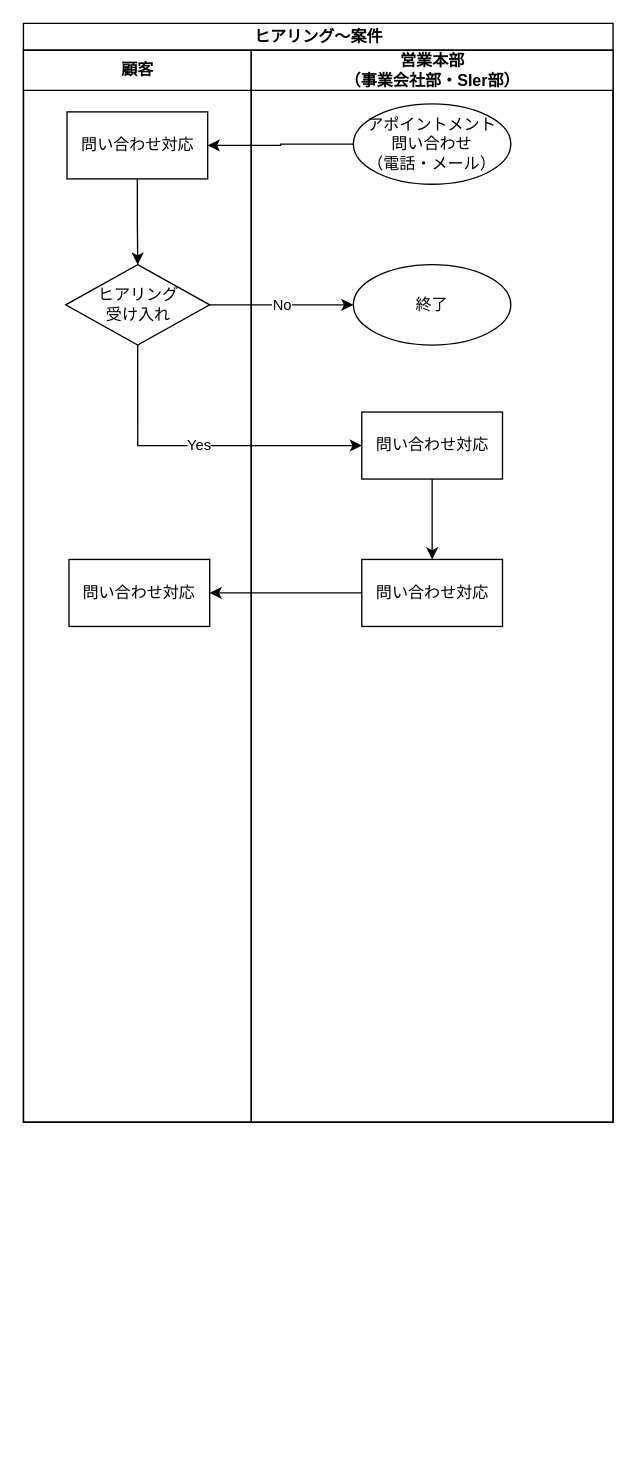
Above: page "ヒアリング～案件" (2 of 3) of 20230622To-Be業務フロー図.drawio in TaikiHorita/TaikiRepository (draw.io), before the change. Source tidied: cells renumbered, new cells numbered last; positions are measured from the earlier drawing's top-left corner, leaving out a move shared by most shapes. Both pictures are drawn from the tidied source at 134%, with x=0, y=0 at pixel (23, 23).
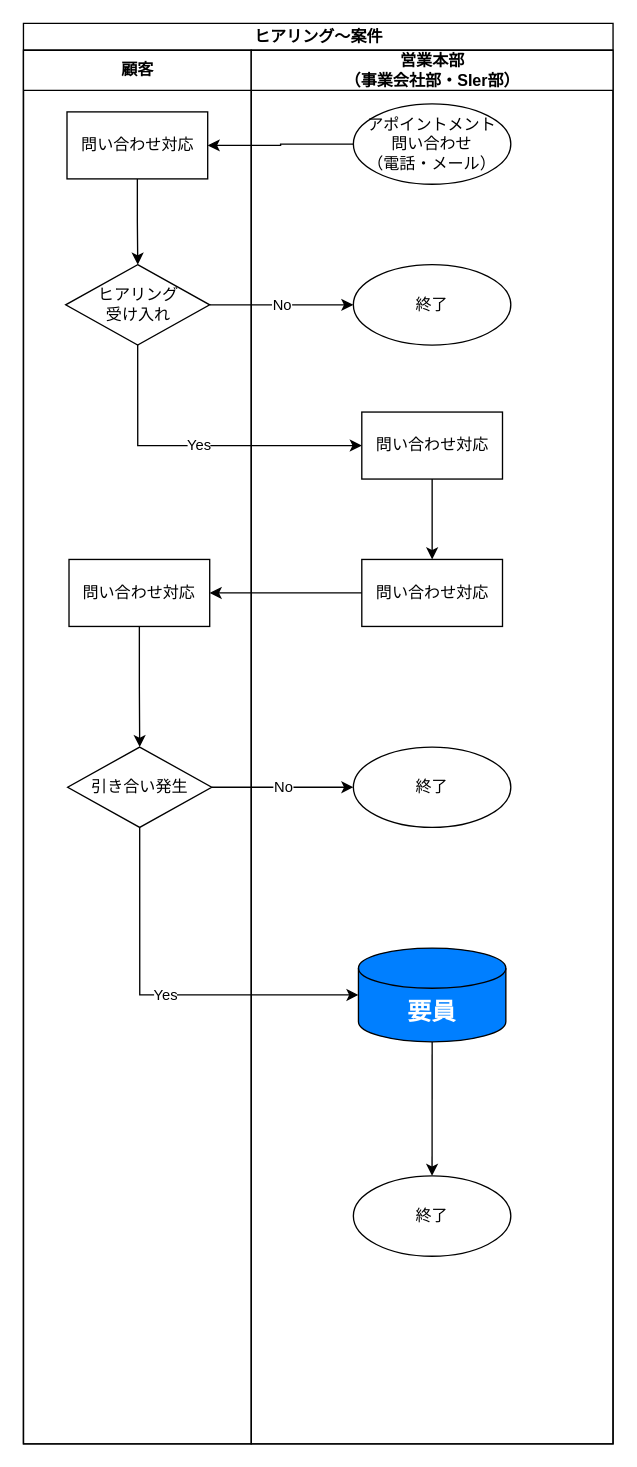
The same page after the edit.

Unchanged cells that the change refers to:
```xml
<mxCell id="7" value="問い合わせ対応" style="rounded=0;whiteSpace=wrap;html=1;" parent="3" vertex="1">
  <mxGeometry x="34" y="380" width="105" height="50" as="geometry" />
</mxCell>
```

Change to the diagram source:
```diff
@@
     <mxCell id="2" value="ヒアリング～案件" style="swimlane;startSize=20;html=1;" parent="1" vertex="1">
-      <mxGeometry width="440" height="820" as="geometry" />
+      <mxGeometry width="440" height="1060" as="geometry" />
     </mxCell>
     <mxCell id="3" value="顧客" style="swimlane;startSize=30;html=1;" parent="2" vertex="1">
-      <mxGeometry y="20" width="170" height="800" as="geometry" />
+      <mxGeometry y="20" width="170" height="1040" as="geometry" />
     </mxCell>
@@
+    <mxCell id="18" style="edgeStyle=orthogonalEdgeStyle;rounded=0;jettySize=auto;html=1;exitX=0.5;exitY=1;exitDx=0;exitDy=0;entryX=0.5;entryY=0;entryDx=0;entryDy=0;" parent="3" edge="1" source="7" target="19">
+      <mxGeometry relative="1" as="geometry" />
+    </mxCell>
@@
+    <mxCell id="19" value="引き合い発生" style="rhombus;whiteSpace=wrap;html=1;" parent="3" vertex="1">
+      <mxGeometry x="33" y="520" width="107.5" height="60" as="geometry" />
+    </mxCell>
     <mxCell id="8" value="営業本部&lt;br&gt;（事業会社部・SIer部）" style="swimlane;startSize=30;html=1;" parent="2" vertex="1">
-      <mxGeometry x="170" y="20" width="270" height="800" as="geometry" />
+      <mxGeometry x="170" y="20" width="270" height="1040" as="geometry" />
     </mxCell>
@@
+    <mxCell id="20" value="終了" style="ellipse;whiteSpace=wrap;html=1;" parent="8" vertex="1">
+      <mxGeometry x="76.2" y="520" width="117.5" height="60" as="geometry" />
+    </mxCell>
+    <mxCell id="21" style="edgeStyle=orthogonalEdgeStyle;rounded=0;jettySize=auto;html=1;exitX=0.5;exitY=1;exitDx=0;exitDy=0;exitPerimeter=0;entryX=0.5;entryY=0;entryDx=0;entryDy=0;" parent="8" edge="1" source="23" target="22">
+      <mxGeometry relative="1" as="geometry" />
+    </mxCell>
+    <mxCell id="22" value="終了" style="ellipse;whiteSpace=wrap;html=1;" parent="8" vertex="1">
+      <mxGeometry x="76.2" y="840" width="117.5" height="60" as="geometry" />
+    </mxCell>
+    <mxCell id="23" value="&lt;font style=&quot;font-size: 18px;&quot; color=&quot;#ffffff&quot;&gt;&lt;b&gt;要員&lt;/b&gt;&lt;/font&gt;" style="shape=cylinder3;whiteSpace=wrap;html=1;boundedLbl=1;backgroundOutline=1;size=15;fillColor=#007FFF;" parent="8" vertex="1">
+      <mxGeometry x="80" y="670" width="110" height="70" as="geometry" />
+    </mxCell>
@@
+    <mxCell id="24" value="No" style="edgeStyle=orthogonalEdgeStyle;rounded=0;jettySize=auto;html=1;exitX=1;exitY=0.5;exitDx=0;exitDy=0;entryX=0;entryY=0.5;entryDx=0;entryDy=0;" parent="2" edge="1" source="19" target="20">
+      <mxGeometry relative="1" as="geometry" />
+    </mxCell>
+    <mxCell id="25" value="Yes" style="edgeStyle=orthogonalEdgeStyle;rounded=0;jettySize=auto;html=1;exitX=0.5;exitY=1;exitDx=0;exitDy=0;entryX=0;entryY=0.5;entryDx=0;entryDy=0;entryPerimeter=0;" parent="2" edge="1" source="19" target="23">
+      <mxGeometry relative="1" as="geometry" />
+    </mxCell>
```
